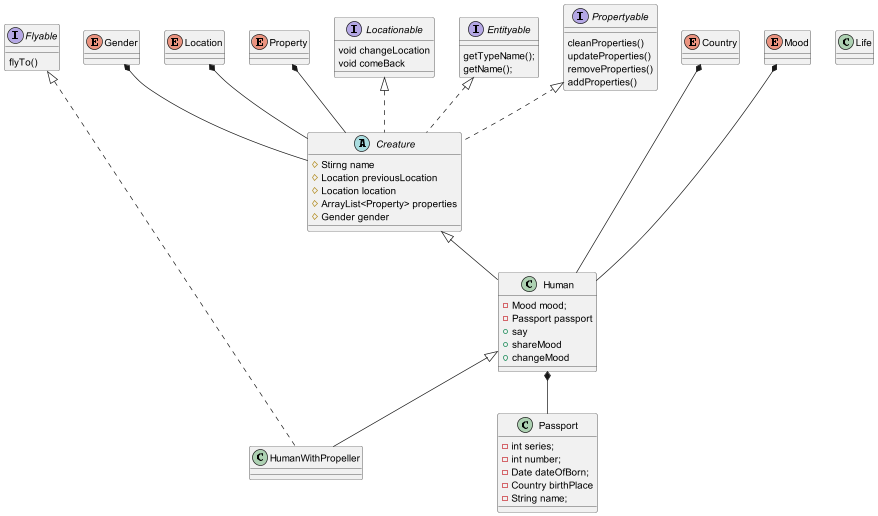
Earlier version of the PlantUML export UML.png (IlyaKonFetka/lab3).
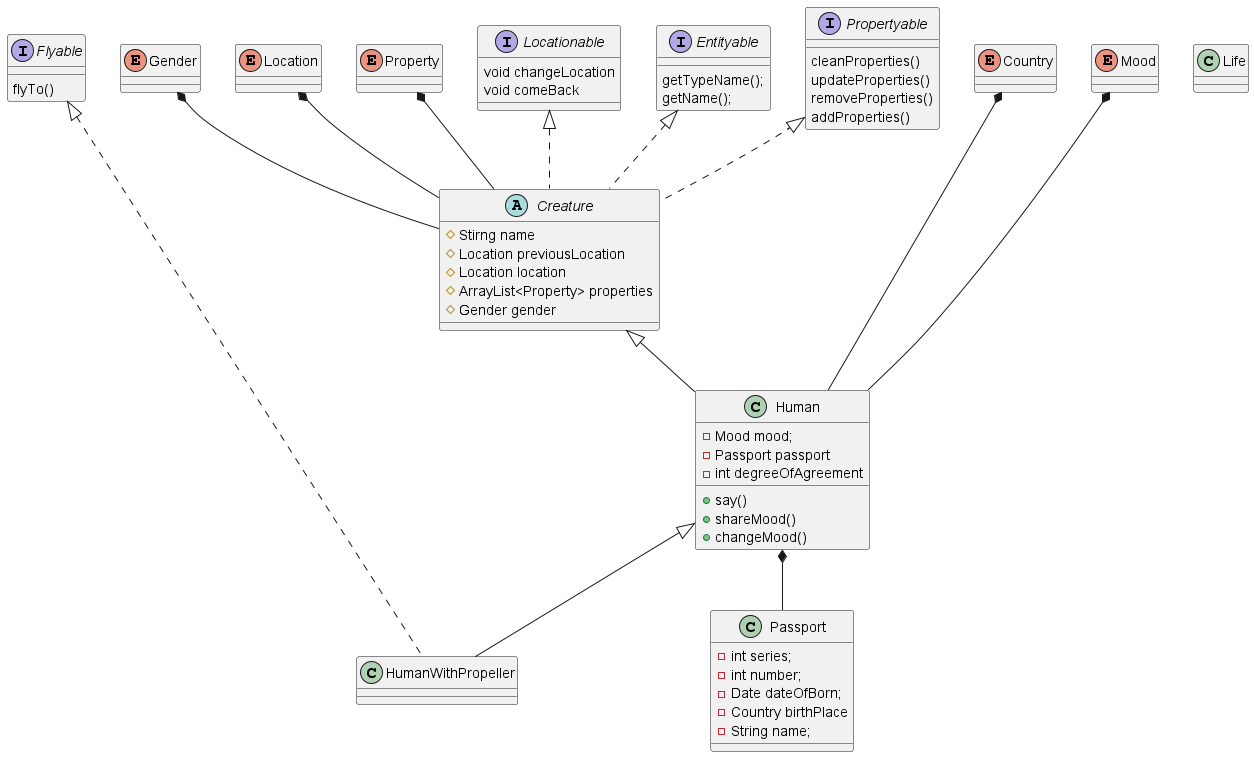
After the change.

Diff of the diagram source:
```diff
@@ -2,9 +2,10 @@
 class Human{
     -Mood mood;
     -Passport passport
-    +say
-    +shareMood
-    +changeMood
+    -int degreeOfAgreement
+    +say()
+    +shareMood()
+    +changeMood()
 }
 class Passport{
     -int series;
```
